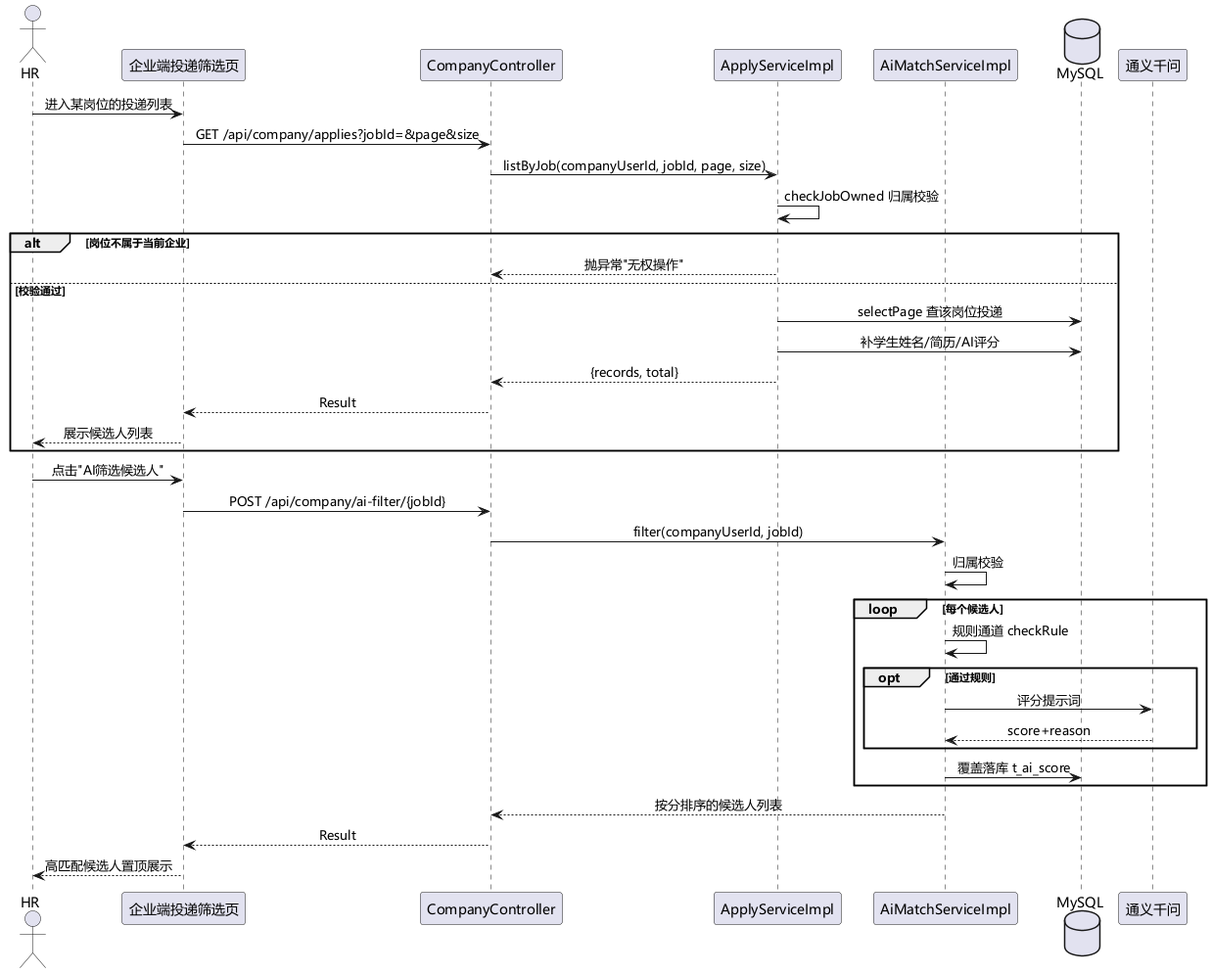
Earlier version of the PlantUML export uml/png/何贵剑/企业查看投递并AI筛选时序图.png (sheep7-bot/recruit-internship-system).
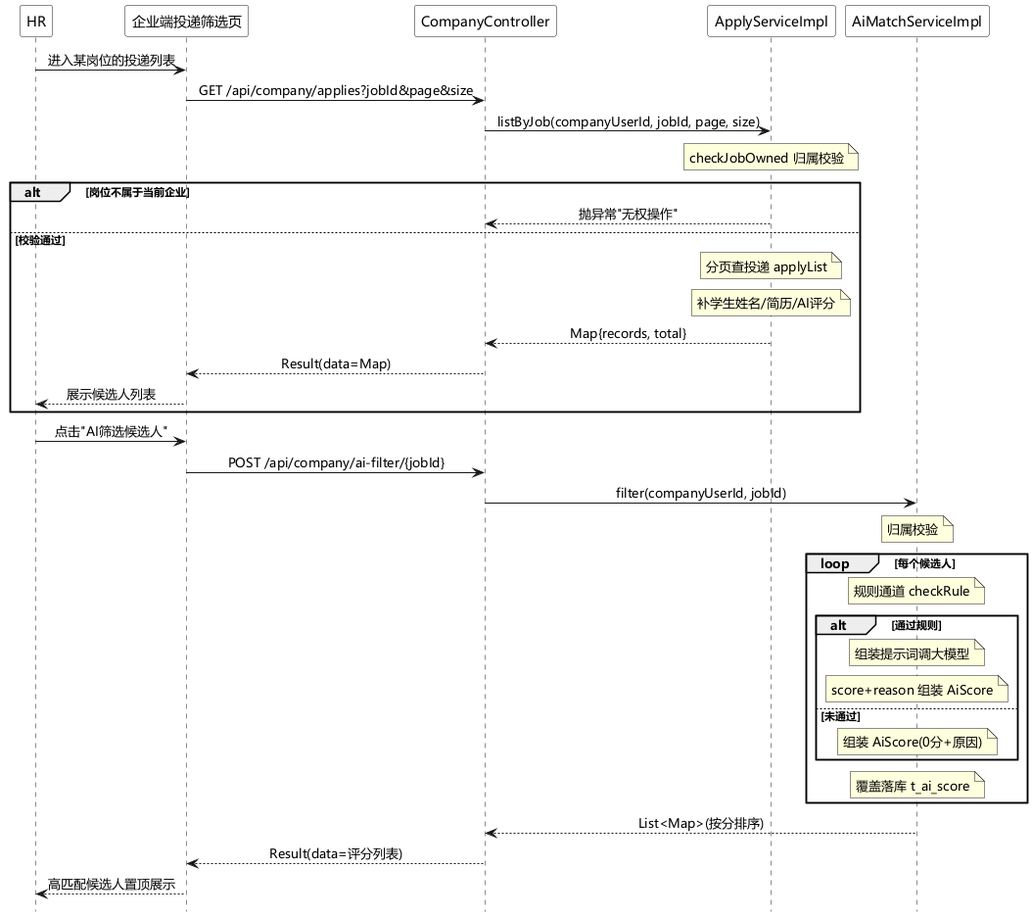
After the commit.

Change to the diagram source:
```diff
@@ -1,42 +1,70 @@
 @startuml 企业查看投递并AI筛选时序图
 skinparam defaultFontName "Microsoft YaHei"
+hide footbox
+<style>
+participant {
+  FontColor white
+  BorderColor white
+  BackgroundColor white
+}
+sequenceDiagram {
+  FontColor black
+}
+</style>
 skinparam sequenceMessageAlign center
-
-actor "HR" as hr
+participant "HR" as hr
 participant "企业端投递筛选页" as web
 participant "CompanyController" as ctl
 participant "ApplyServiceImpl" as asvc
 participant "AiMatchServiceImpl" as aivc
-database "MySQL" as db
-participant "通义千问" as llm
-
 hr -> web : 进入某岗位的投递列表
-web -> ctl : GET /api/company/applies?jobId=&page&size
+web -> ctl : GET /api/company/applies?jobId&page&size
 ctl -> asvc : listByJob(companyUserId, jobId, page, size)
-asvc -> asvc : checkJobOwned 归属校验
+note over asvc
+  checkJobOwned 归属校验
+end note
 alt 岗位不属于当前企业
   asvc --> ctl : 抛异常"无权操作"
 else 校验通过
-  asvc -> db : selectPage 查该岗位投递
-  asvc -> db : 补学生姓名/简历/AI评分
-  asvc --> ctl : {records, total}
-  ctl --> web : Result
+  note over asvc
+    分页查投递 applyList
+  end note
+  note over asvc
+    补学生姓名/简历/AI评分
+  end note
+  asvc --> ctl : Map{records, total}
+  ctl --> web : Result(data=Map)
   web --> hr : 展示候选人列表
 end
 
 hr -> web : 点击"AI筛选候选人"
 web -> ctl : POST /api/company/ai-filter/{jobId}
 ctl -> aivc : filter(companyUserId, jobId)
-aivc -> aivc : 归属校验
+note over aivc
+  归属校验
+end note
 loop 每个候选人
-  aivc -> aivc : 规则通道 checkRule
-  opt 通过规则
-    aivc -> llm : 评分提示词
-    llm --> aivc : score+reason
+  note over aivc
+    规则通道 checkRule
+  end note
+  alt 通过规则
+    note over aivc
+      组装提示词调大模型
+    end note
+    note over aivc
+      score+reason 组装 AiScore
+    end note
+  else 未通过
+    note over aivc
+      组装 AiScore(0分+原因)
+    end note
   end
-  aivc -> db : 覆盖落库 t_ai_score
+  note over aivc
+    覆盖落库 t_ai_score
+  end note
 end
-aivc --> ctl : 按分排序的候选人列表
-ctl --> web : Result
+aivc --> ctl : List<Map>(按分排序)
+ctl --> web : Result(data=评分列表)
 web --> hr : 高匹配候选人置顶展示
+
 @enduml
```
